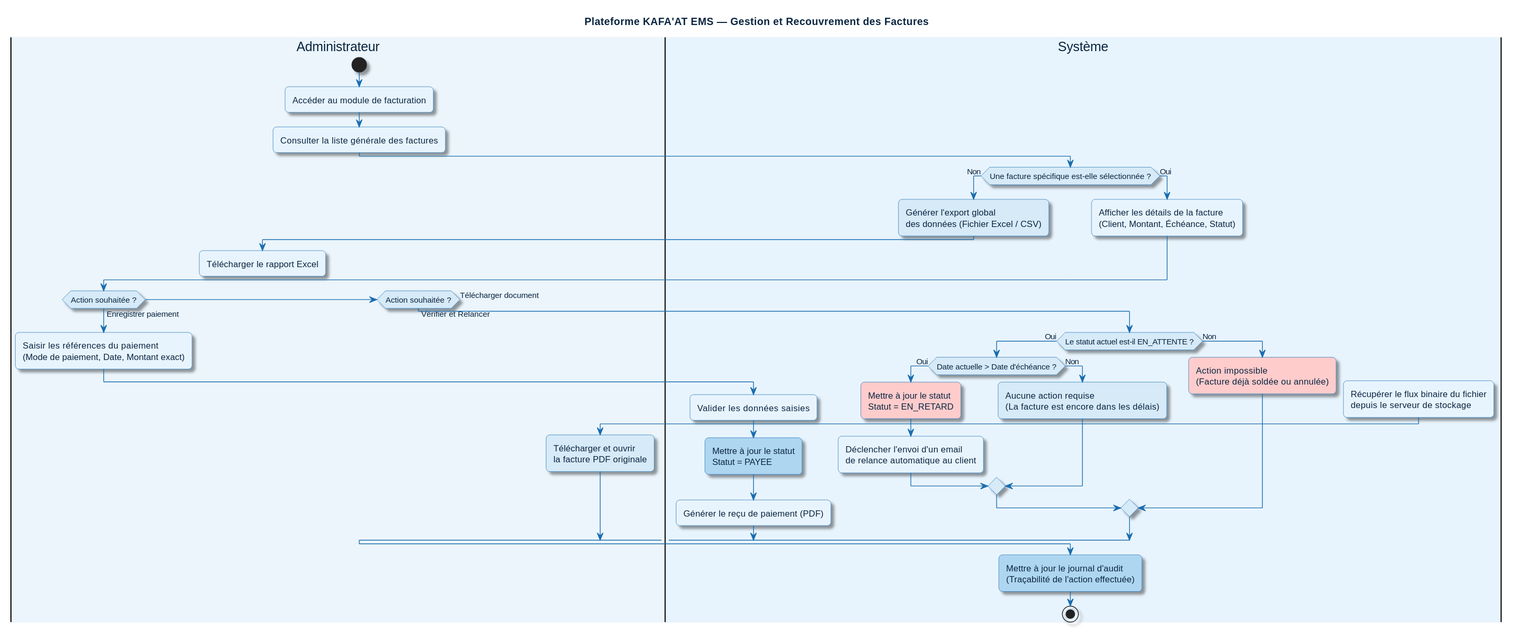
Before: images/PlantUML/out/activite-recouvrement/activite-recouvrement.svg, a diagram exported from PlantUML (Ed-dahmanyRedouane/rapport-pfe-kafaat-2026). The source it was exported from:
```plantuml
@startuml
skinparam ActivityBackgroundColor #E8F4FD
skinparam ActivityBorderColor #1A6DAF
skinparam ActivityDiamondBackgroundColor #D6EAF8
skinparam ActivityDiamondBorderColor #1A6DAF
skinparam ActivityArrowColor #1A6DAF
skinparam defaultFontColor #0A2540
skinparam PartitionBackgroundColor #EBF5FB
skinparam PartitionBorderColor #1A6DAF
skinparam PartitionFontColor #1A6DAF
skinparam PartitionFontSize 13
skinparam PartitionFontStyle bold
skinparam roundcorner 10
skinparam shadowing true

title Plateforme KAFA'AT EMS — Gestion et Recouvrement des Factures

|#EBF5FB|Administrateur|
start
:Accéder au module de facturation;
:Consulter la liste générale des factures;

|#E8F4FD|Système|
if (Une facture spécifique est-elle sélectionnée ?) then (Non)
  #D6EAF8:Générer l'export global\ndes données (Fichier Excel / CSV);
  |#EBF5FB|Administrateur|
  :Télécharger le rapport Excel;
  kill
else (Oui)
  |#E8F4FD|Système|
  :Afficher les détails de la facture\n(Client, Montant, Échéance, Statut);
endif

|#EBF5FB|Administrateur|
if (Action souhaitée ?) then (Enregistrer paiement)
  :Saisir les références du paiement\n(Mode de paiement, Date, Montant exact);
  |#E8F4FD|Système|
  :Valider les données saisies;
  #AED6F1:Mettre à jour le statut\nStatut = PAYEE;
  :Générer le reçu de paiement (PDF);

elseif (Action souhaitée ?) then (Vérifier et Relancer)
  |#E8F4FD|Système|
  if (Le statut actuel est-il EN_ATTENTE ?) then (Oui)
    if (Date actuelle > Date d'échéance ?) then (Oui)
      #FFCCCC:Mettre à jour le statut\nStatut = EN_RETARD;
      :Déclencher l'envoi d'un email\nde relance automatique au client;
    else (Non)
      #D6EAF8:Aucune action requise\n(La facture est encore dans les délais);
    endif
  else (Non)
    #FFCCCC:Action impossible\n(Facture déjà soldée ou annulée);
  endif

else (Télécharger document)
  |#E8F4FD|Système|
  :Récupérer le flux binaire du fichier\ndepuis le serveur de stockage;
  |#EBF5FB|Administrateur|
  #D6EAF8:Télécharger et ouvrir\nla facture PDF originale;
endif

|#E8F4FD|Système|
#AED6F1:Mettre à jour le journal d'audit\n(Traçabilité de l'action effectuée);
stop
@enduml
```
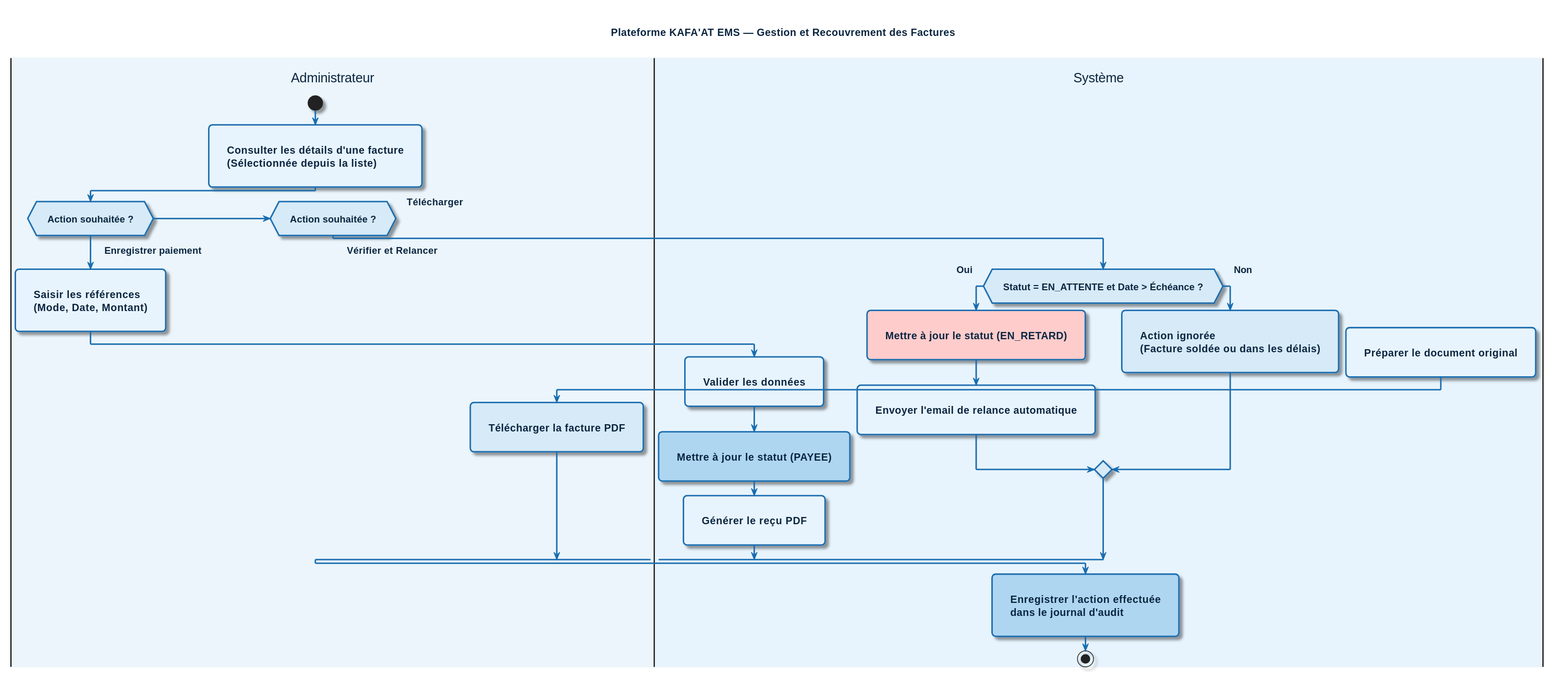
After the commit.

Diff of the diagram source:
```diff
@@ -1,4 +1,18 @@
 @startuml
+skinparam Padding 15
+skinparam arrowThickness 2
+skinparam ActivityBorderThickness 2
+skinparam PartitionBorderThickness 2
+
+skinparam defaultFontSize 18
+skinparam defaultFontStyle bold
+skinparam ActivityFontSize 14
+skinparam ActivityFontStyle bold
+skinparam ActivityDiamondFontSize 13
+skinparam ActivityDiamondFontStyle bold
+skinparam ArrowFontSize 13
+skinparam ArrowFontStyle bold
+
 skinparam ActivityBackgroundColor #E8F4FD
 skinparam ActivityBorderColor #1A6DAF
 skinparam ActivityDiamondBackgroundColor #D6EAF8
@@ -8,7 +22,7 @@
 skinparam PartitionBackgroundColor #EBF5FB
 skinparam PartitionBorderColor #1A6DAF
 skinparam PartitionFontColor #1A6DAF
-skinparam PartitionFontSize 13
+skinparam PartitionFontSize 16
 skinparam PartitionFontStyle bold
 skinparam roundcorner 10
 skinparam shadowing true
@@ -17,49 +31,32 @@
 
 |#EBF5FB|Administrateur|
 start
-:Accéder au module de facturation;
-:Consulter la liste générale des factures;
+:Consulter les détails d'une facture\n(Sélectionnée depuis la liste);
 
-|#E8F4FD|Système|
-if (Une facture spécifique est-elle sélectionnée ?) then (Non)
-  #D6EAF8:Générer l'export global\ndes données (Fichier Excel / CSV);
-  |#EBF5FB|Administrateur|
-  :Télécharger le rapport Excel;
-  kill
-else (Oui)
+if (Action souhaitée ?) then (Enregistrer paiement)
+  :Saisir les références\n(Mode, Date, Montant);
   |#E8F4FD|Système|
-  :Afficher les détails de la facture\n(Client, Montant, Échéance, Statut);
-endif
-
-|#EBF5FB|Administrateur|
-if (Action souhaitée ?) then (Enregistrer paiement)
-  :Saisir les références du paiement\n(Mode de paiement, Date, Montant exact);
-  |#E8F4FD|Système|
-  :Valider les données saisies;
-  #AED6F1:Mettre à jour le statut\nStatut = PAYEE;
-  :Générer le reçu de paiement (PDF);
+  :Valider les données;
+  #AED6F1:Mettre à jour le statut (PAYEE);
+  :Générer le reçu PDF;
 
 elseif (Action souhaitée ?) then (Vérifier et Relancer)
   |#E8F4FD|Système|
-  if (Le statut actuel est-il EN_ATTENTE ?) then (Oui)
-    if (Date actuelle > Date d'échéance ?) then (Oui)
-      #FFCCCC:Mettre à jour le statut\nStatut = EN_RETARD;
-      :Déclencher l'envoi d'un email\nde relance automatique au client;
-    else (Non)
-      #D6EAF8:Aucune action requise\n(La facture est encore dans les délais);
-    endif
+  if (Statut = EN_ATTENTE et Date > Échéance ?) then (Oui)
+    #FFCCCC:Mettre à jour le statut (EN_RETARD);
+    :Envoyer l'email de relance automatique;
   else (Non)
-    #FFCCCC:Action impossible\n(Facture déjà soldée ou annulée);
+    #D6EAF8:Action ignorée\n(Facture soldée ou dans les délais);
   endif
 
-else (Télécharger document)
+else (Télécharger)
   |#E8F4FD|Système|
-  :Récupérer le flux binaire du fichier\ndepuis le serveur de stockage;
+  :Préparer le document original;
   |#EBF5FB|Administrateur|
-  #D6EAF8:Télécharger et ouvrir\nla facture PDF originale;
+  #D6EAF8:Télécharger la facture PDF;
 endif
 
 |#E8F4FD|Système|
-#AED6F1:Mettre à jour le journal d'audit\n(Traçabilité de l'action effectuée);
+#AED6F1:Enregistrer l'action effectuée\ndans le journal d'audit;
 stop
 @enduml
```
